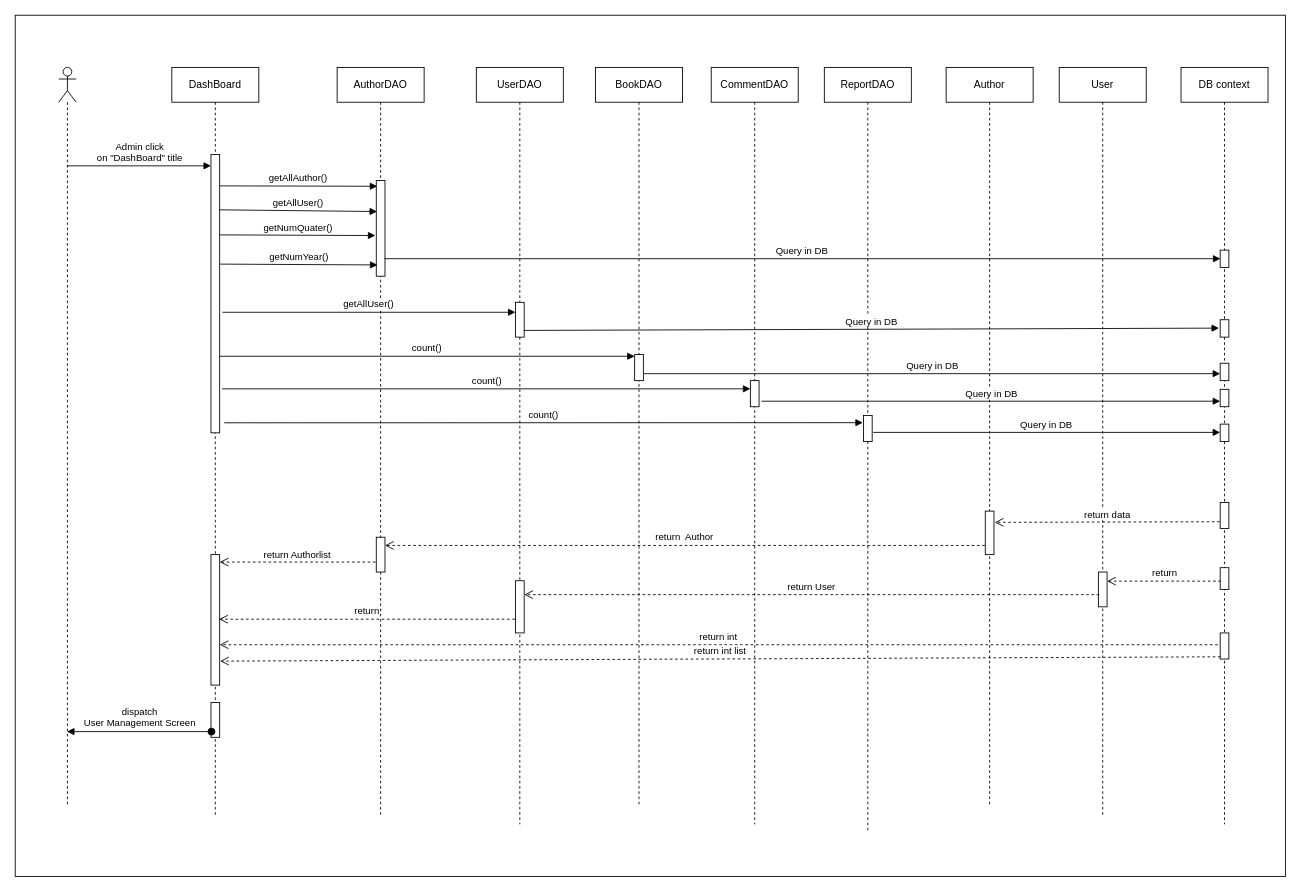
baspdd/desktop-tutorial keeps this draw.io diagram as page "Trang-8" (8 of 8) of te3.drawio. Above is the earlier version. Source tidied: cells renumbered, new cells numbered last; positions are measured from the earlier drawing's top-left corner, leaving out a move shared by most shapes. Both pictures are drawn from the tidied source at 87%, with x=0, y=0 at pixel (15, 15).
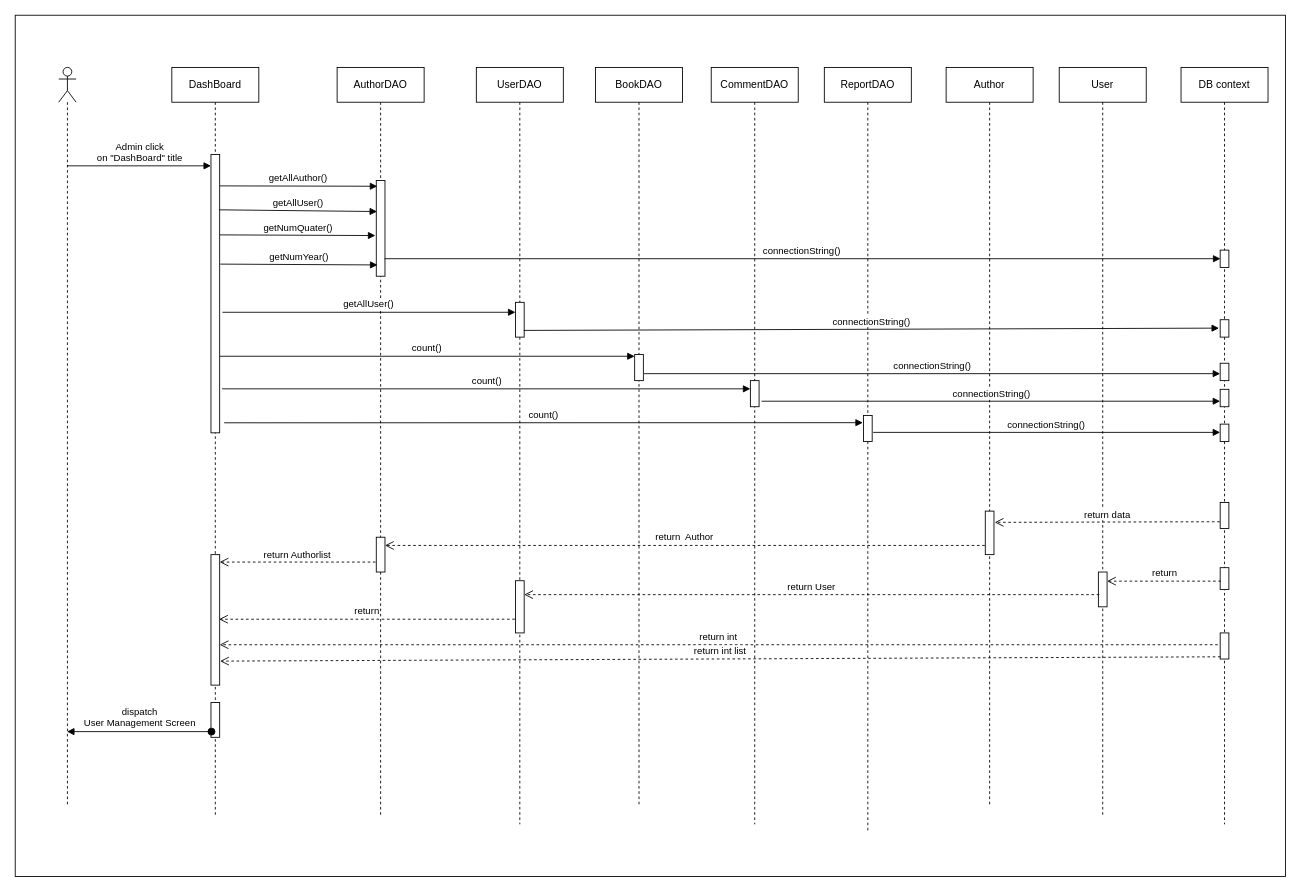
The same page after the edit.

The change refers to these unchanged cells:
```xml
<mxCell id="9" style="html=1;points=[];perimeter=orthogonalPerimeter;" parent="8" vertex="1">
  <mxGeometry x="45" y="130" width="10" height="110" as="geometry" />
</mxCell>
<mxCell id="14" style="html=1;points=[];perimeter=orthogonalPerimeter;" parent="13" vertex="1">
  <mxGeometry x="45" y="210" width="10" height="20" as="geometry" />
</mxCell>
<mxCell id="15" style="html=1;points=[];perimeter=orthogonalPerimeter;" parent="13" vertex="1">
  <mxGeometry x="45" y="290" width="10" height="20" as="geometry" />
</mxCell>
<mxCell id="16" style="html=1;points=[];perimeter=orthogonalPerimeter;" parent="13" vertex="1">
  <mxGeometry x="45" y="340" width="10" height="20" as="geometry" />
</mxCell>
<mxCell id="17" style="html=1;points=[];perimeter=orthogonalPerimeter;" parent="13" vertex="1">
  <mxGeometry x="45" y="370" width="10" height="20" as="geometry" />
</mxCell>
<mxCell id="18" style="html=1;points=[];perimeter=orthogonalPerimeter;" parent="13" vertex="1">
  <mxGeometry x="45" y="410" width="10" height="20" as="geometry" />
</mxCell>
<mxCell id="34" style="html=1;points=[];perimeter=orthogonalPerimeter;" parent="33" vertex="1">
  <mxGeometry x="45" y="270" width="10" height="40" as="geometry" />
</mxCell>
<mxCell id="37" style="html=1;points=[];perimeter=orthogonalPerimeter;" parent="36" vertex="1">
  <mxGeometry x="45" y="330" width="10" height="30" as="geometry" />
</mxCell>
<mxCell id="39" style="html=1;points=[];perimeter=orthogonalPerimeter;" parent="38" vertex="1">
  <mxGeometry x="45" y="360" width="10" height="30" as="geometry" />
</mxCell>
<mxCell id="41" style="html=1;points=[];perimeter=orthogonalPerimeter;" parent="40" vertex="1">
  <mxGeometry x="45" y="400" width="10" height="30" as="geometry" />
</mxCell>
```

Diff of the diagram source:
```diff
@@
-    <mxCell id="23" value="Query in DB" style="html=1;verticalAlign=bottom;endArrow=block;rounded=0;exitX=0.948;exitY=0.817;exitDx=0;exitDy=0;exitPerimeter=0;entryX=0.033;entryY=0.493;entryDx=0;entryDy=0;entryPerimeter=0;" parent="1" edge="1" source="9" target="14">
+    <mxCell id="23" value="connectionString()" style="html=1;verticalAlign=bottom;endArrow=block;rounded=0;exitX=0.948;exitY=0.817;exitDx=0;exitDy=0;exitPerimeter=0;entryX=0.033;entryY=0.493;entryDx=0;entryDy=0;entryPerimeter=0;" parent="1" edge="1" source="9" target="14">
       <mxGeometry relative="1" as="geometry" />
     </mxCell>
@@
-    <mxCell id="45" value="Query in DB" style="html=1;verticalAlign=bottom;endArrow=block;rounded=0;exitX=0.95;exitY=0.807;exitDx=0;exitDy=0;exitPerimeter=0;entryX=-0.133;entryY=0.483;entryDx=0;entryDy=0;entryPerimeter=0;" parent="1" edge="1" source="34" target="15">
+    <mxCell id="45" value="connectionString()" style="html=1;verticalAlign=bottom;endArrow=block;rounded=0;exitX=0.95;exitY=0.807;exitDx=0;exitDy=0;exitPerimeter=0;entryX=-0.133;entryY=0.483;entryDx=0;entryDy=0;entryPerimeter=0;" parent="1" edge="1" source="34" target="15">
       <mxGeometry relative="1" as="geometry" />
     </mxCell>
@@
-    <mxCell id="48" value="Query in DB" style="html=1;verticalAlign=bottom;endArrow=block;rounded=0;exitX=1.083;exitY=0.733;exitDx=0;exitDy=0;exitPerimeter=0;" parent="1" edge="1" source="37" target="16">
+    <mxCell id="48" value="connectionString()" style="html=1;verticalAlign=bottom;endArrow=block;rounded=0;exitX=1.083;exitY=0.733;exitDx=0;exitDy=0;exitPerimeter=0;" parent="1" edge="1" source="37" target="16">
       <mxGeometry relative="1" as="geometry" />
     </mxCell>
-    <mxCell id="49" value="Query in DB" style="html=1;verticalAlign=bottom;endArrow=block;rounded=0;exitX=1.283;exitY=0.789;exitDx=0;exitDy=0;exitPerimeter=0;" parent="1" edge="1" source="39" target="17">
+    <mxCell id="49" value="connectionString()" style="html=1;verticalAlign=bottom;endArrow=block;rounded=0;exitX=1.283;exitY=0.789;exitDx=0;exitDy=0;exitPerimeter=0;" parent="1" edge="1" source="39" target="17">
       <mxGeometry relative="1" as="geometry" />
     </mxCell>
-    <mxCell id="50" value="Query in DB" style="html=1;verticalAlign=bottom;endArrow=block;rounded=0;exitX=1.117;exitY=0.65;exitDx=0;exitDy=0;exitPerimeter=0;" parent="1" edge="1" source="41" target="18">
+    <mxCell id="50" value="connectionString()" style="html=1;verticalAlign=bottom;endArrow=block;rounded=0;exitX=1.117;exitY=0.65;exitDx=0;exitDy=0;exitPerimeter=0;" parent="1" edge="1" source="41" target="18">
       <mxGeometry relative="1" as="geometry" />
     </mxCell>
```
